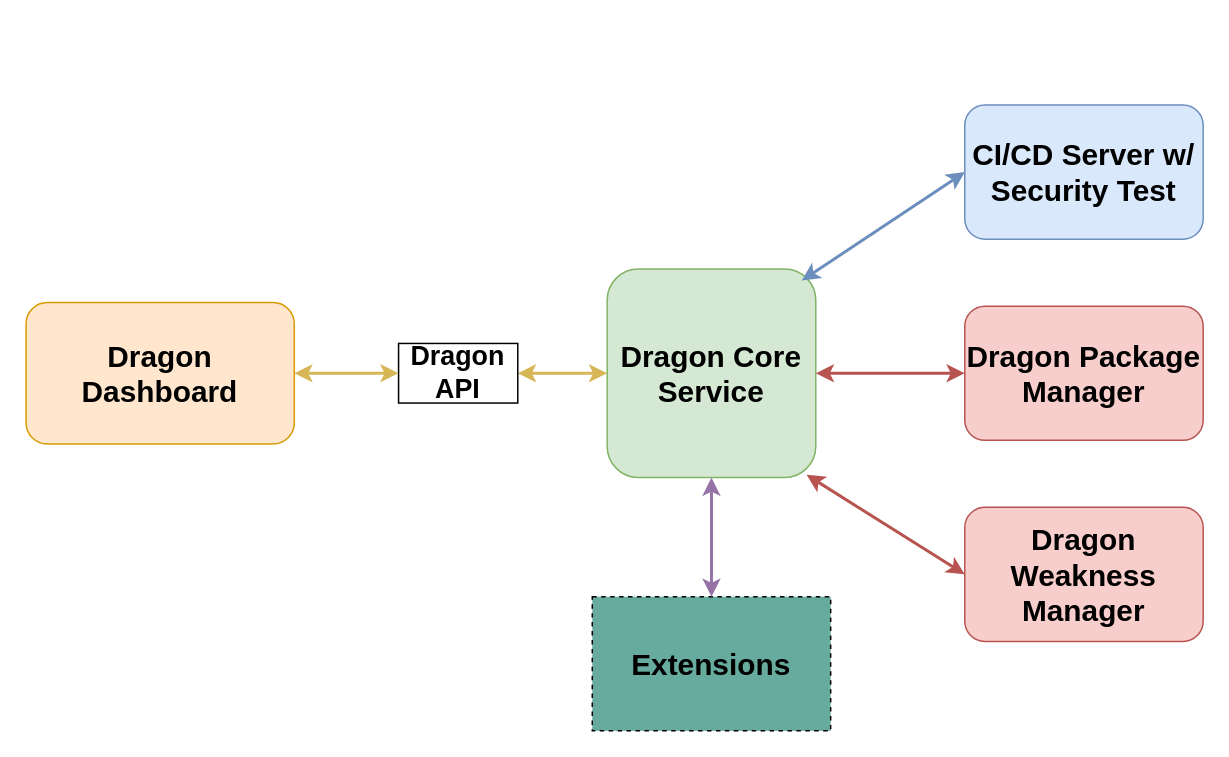
This is Dragon_Service_Workflow.drawio from twinklestar03/AIS3-Dragon, a draw.io file, before an edit. Source tidied: cells renumbered, new cells numbered last; positions are measured from the earlier drawing's top-left corner, leaving out a move shared by most shapes. Both pictures are drawn from the tidied source at 149%, with x=0, y=0 at pixel (25, 104).
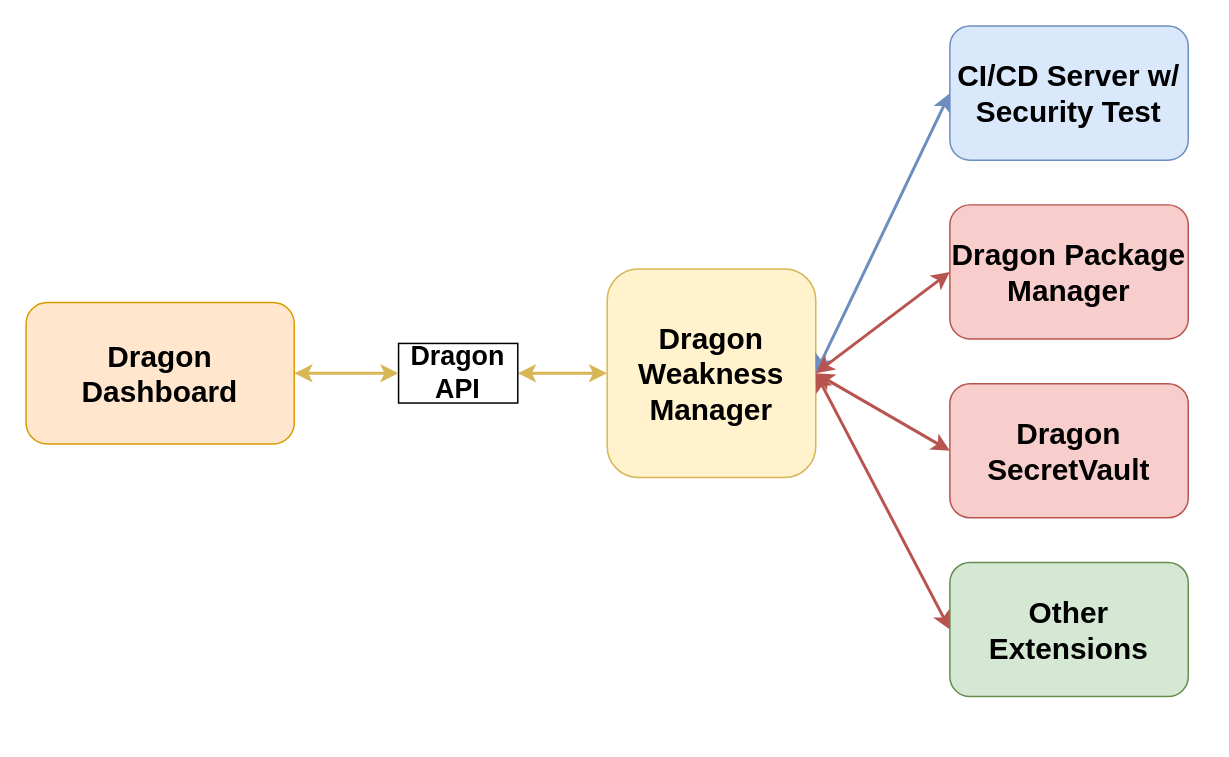
The same page after the edit.

Diff of the diagram source:
```diff
@@
 <mxGraphModel>
   <root>
     <mxCell id="0" />
     <mxCell id="1" parent="0" />
-    <mxCell id="2" value="Dragon Core Service" style="rounded=1;whiteSpace=wrap;html=1;fontSize=20;glass=0;strokeWidth=1;shadow=0;fillColor=#d5e8d4;strokeColor=#82b366;fontStyle=1;" parent="1" vertex="1">
+    <mxCell id="2" value="Dragon Weakness&lt;br&gt;Manager" style="rounded=1;whiteSpace=wrap;html=1;fontSize=20;glass=0;strokeWidth=1;shadow=0;fillColor=#fff2cc;strokeColor=#d6b656;fontStyle=1;" parent="1" vertex="1">
       <mxGeometry x="390" y="110" width="140" height="140" as="geometry" />
     </mxCell>
     <mxCell id="3" value="CI/CD Server w/ Security Test" style="rounded=1;whiteSpace=wrap;html=1;fontSize=20;fontStyle=1;fillColor=#dae8fc;strokeColor=#6c8ebf;" parent="1" vertex="1">
-      <mxGeometry x="630" width="160" height="90" as="geometry" />
+      <mxGeometry x="620" y="-53" width="160" height="90" as="geometry" />
     </mxCell>
     <mxCell id="4" value="Dragon Package Manager" style="rounded=1;whiteSpace=wrap;html=1;fontStyle=1;fontSize=20;fillColor=#f8cecc;strokeColor=#b85450;" parent="1" vertex="1">
-      <mxGeometry x="630" y="135" width="160" height="90" as="geometry" />
+      <mxGeometry x="620" y="67" width="160" height="90" as="geometry" />
     </mxCell>
     <mxCell id="5" value="Dragon Dashboard" style="rounded=1;whiteSpace=wrap;html=1;fontSize=20;fontStyle=1;fillColor=#ffe6cc;strokeColor=#d79b00;" parent="1" vertex="1">
       <mxGeometry y="132.5" width="180" height="95" as="geometry" />
     </mxCell>
-    <mxCell id="6" value="Dragon Weakness Manager" style="rounded=1;whiteSpace=wrap;html=1;fontSize=20;fillColor=#f8cecc;strokeColor=#b85450;fontStyle=1;" parent="1" vertex="1">
-      <mxGeometry x="630" y="270" width="160" height="90" as="geometry" />
+    <mxCell id="6" value="Other Extensions" style="rounded=1;whiteSpace=wrap;html=1;fontSize=20;fillColor=#d5e8d4;fontStyle=1;strokeColor=#668C50;" parent="1" vertex="1">
+      <mxGeometry x="620" y="307" width="160" height="90" as="geometry" />
     </mxCell>
     <mxCell id="7" style="endArrow=classic;startArrow=classic;html=1;entryX=0;entryY=0.5;entryDx=0;entryDy=0;exitX=1;exitY=0.5;exitDx=0;exitDy=0;strokeWidth=2;fillColor=#fff2cc;strokeColor=#d6b656;" parent="1" edge="1" source="8" target="2">
       <mxGeometry relative="1" as="geometry" />
     </mxCell>
     <mxCell id="8" value="Dragon API" style="rounded=0;whiteSpace=wrap;html=1;fontSize=18;fontStyle=1;" parent="1" vertex="1">
       <mxGeometry x="250" y="160" width="80" height="40" as="geometry" />
     </mxCell>
     <mxCell id="9" style="endArrow=classic;startArrow=classic;html=1;entryX=0;entryY=0.5;entryDx=0;entryDy=0;exitX=1;exitY=0.5;exitDx=0;exitDy=0;strokeWidth=2;fillColor=#fff2cc;strokeColor=#d6b656;" parent="1" edge="1" source="5" target="8">
       <mxGeometry relative="1" as="geometry" />
     </mxCell>
-    <mxCell id="10" style="endArrow=classic;startArrow=classic;html=1;strokeWidth=2;entryX=0;entryY=0.5;entryDx=0;entryDy=0;exitX=0.933;exitY=0.056;exitDx=0;exitDy=0;exitPerimeter=0;fillColor=#dae8fc;strokeColor=#6c8ebf;" parent="1" edge="1" source="2" target="3">
+    <mxCell id="10" style="endArrow=classic;startArrow=classic;html=1;strokeWidth=2;entryX=0;entryY=0.5;entryDx=0;entryDy=0;exitX=1;exitY=0.5;exitDx=0;exitDy=0;fillColor=#dae8fc;strokeColor=#6c8ebf;" parent="1" edge="1" source="2" target="3">
       <mxGeometry relative="1" as="geometry" />
     </mxCell>
     <mxCell id="11" style="endArrow=classic;startArrow=classic;html=1;strokeWidth=2;exitX=1;exitY=0.5;exitDx=0;exitDy=0;entryX=0;entryY=0.5;entryDx=0;entryDy=0;fillColor=#f8cecc;strokeColor=#b85450;" parent="1" edge="1" source="2" target="4">
       <mxGeometry relative="1" as="geometry" />
     </mxCell>
-    <mxCell id="12" style="endArrow=classic;startArrow=classic;html=1;strokeWidth=2;exitX=0.956;exitY=0.987;exitDx=0;exitDy=0;exitPerimeter=0;entryX=0;entryY=0.5;entryDx=0;entryDy=0;fillColor=#f8cecc;strokeColor=#b85450;" parent="1" edge="1" source="2" target="6">
+    <mxCell id="12" style="endArrow=classic;startArrow=classic;html=1;strokeWidth=2;exitX=1;exitY=0.5;exitDx=0;exitDy=0;entryX=0;entryY=0.5;entryDx=0;entryDy=0;fillColor=#f8cecc;strokeColor=#b85450;" parent="1" edge="1" source="2" target="6">
       <mxGeometry relative="1" as="geometry" />
     </mxCell>
-    <mxCell id="13" value="Extensions" style="rounded=1;whiteSpace=wrap;html=1;fontSize=20;dashed=1;fillColor=#67AB9F;arcSize=0;fontStyle=1;" parent="1" vertex="1">
-      <mxGeometry x="380" y="330" width="160" height="90" as="geometry" />
-    </mxCell>
-    <mxCell id="14" style="endArrow=classic;startArrow=classic;html=1;strokeWidth=2;fontSize=20;entryX=0.5;entryY=1;entryDx=0;entryDy=0;exitX=0.5;exitY=0;exitDx=0;exitDy=0;fillColor=#e1d5e7;strokeColor=#9673a6;" parent="1" edge="1" source="13" target="2">
-      <mxGeometry relative="1" as="geometry" />
-    </mxCell>
+    <mxCell id="15" value="Dragon SecretVault" style="rounded=1;whiteSpace=wrap;html=1;fontStyle=1;fontSize=20;fillColor=#f8cecc;strokeColor=#b85450;" parent="1" vertex="1">
+      <mxGeometry x="620" y="187" width="160" height="90" as="geometry" />
+    </mxCell>
+    <mxCell id="16" style="endArrow=classic;startArrow=classic;html=1;strokeWidth=2;entryX=0;entryY=0.5;entryDx=0;entryDy=0;fillColor=#f8cecc;strokeColor=#b85450;" parent="1" edge="1" target="15">
+      <mxGeometry relative="1" as="geometry">
+        <mxPoint x="530" y="180" as="sourcePoint" />
+      </mxGeometry>
+    </mxCell>
   </root>
 </mxGraphModel>
```
